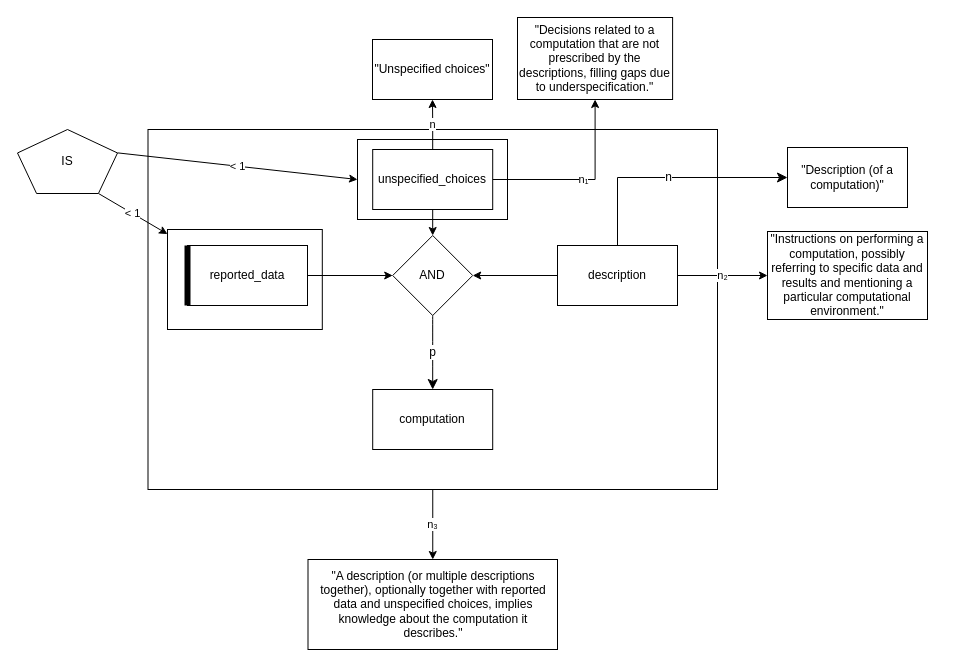
Earlier version of the draw.io diagram page "01-description-prediction" (2 of 12) of model-analysis-errors.drawio (nicebread/scientific_errors). Source tidied: cells renumbered, new cells numbered last; positions are measured from the earlier drawing's top-left corner, leaving out a move shared by most shapes. Both pictures are drawn from the tidied source at 100%, with x=0, y=0 at pixel (17, 17).
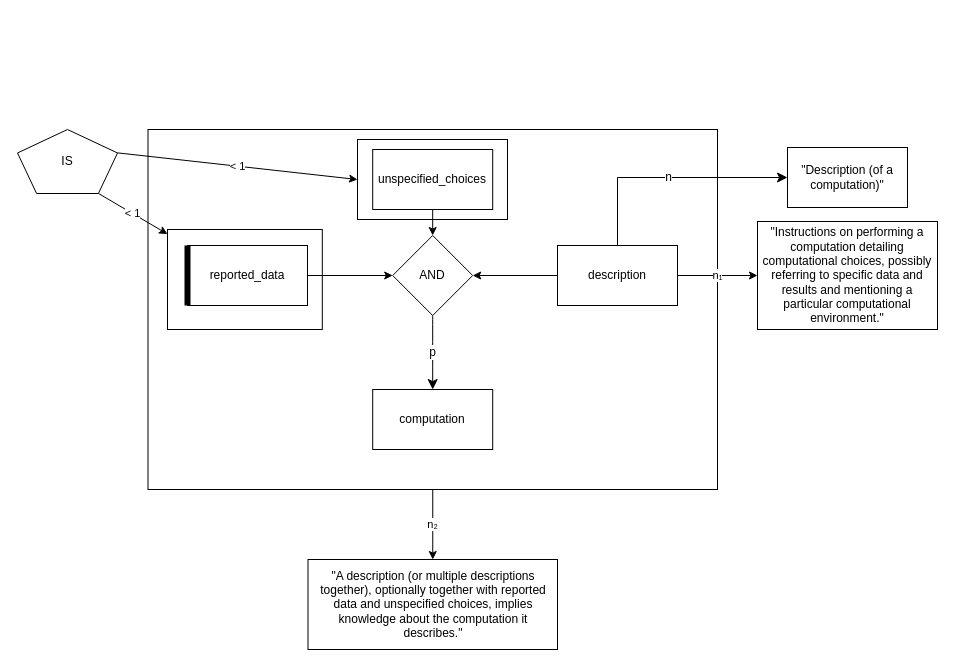
After the change.

Commit message (it also covers changes not shown here):
Remove consistency evaluation from reproduction (only keep the more general "comparison"). Also, add the conflicting choices in a new VAST display on computational choices.

Unchanged cells that the change refers to:
```xml
<mxCell id="3" style="rounded=0;whiteSpace=wrap;html=1;fillColor=none;" parent="1" vertex="1">
  <mxGeometry x="130.5" y="112" width="569.5" height="360" as="geometry" />
</mxCell>
<mxCell id="7" value="description" style="rounded=0;whiteSpace=wrap;html=1;" parent="1" vertex="1">
  <mxGeometry x="540" y="228" width="120" height="60" as="geometry" />
</mxCell>
<mxCell id="15" value="&quot;A description (or multiple descriptions together), optionally together with reported data and unspecified choices, implies knowledge about the computation it describes.&quot;" style="rounded=0;whiteSpace=wrap;html=1;" parent="1" vertex="1">
  <mxGeometry x="290.5" y="542" width="249.5" height="90" as="geometry" />
</mxCell>
<mxCell id="26" value="unspecified_choices" style="rounded=0;whiteSpace=wrap;html=1;" parent="1" vertex="1">
  <mxGeometry x="355.2" y="132" width="120" height="60" as="geometry" />
</mxCell>
```

What changed in the source:
```diff
@@
-    <mxCell id="2" value="n₃" style="edgeStyle=orthogonalEdgeStyle;rounded=0;jettySize=auto;html=1;" parent="1" edge="1" source="3" target="15">
+    <mxCell id="2" value="n₂" style="edgeStyle=orthogonalEdgeStyle;rounded=0;jettySize=auto;html=1;" parent="1" edge="1" source="3" target="15">
       <mxGeometry relative="1" as="geometry" />
     </mxCell>
@@
-    <mxCell id="6" value="n₂" style="edgeStyle=orthogonalEdgeStyle;curved=0;rounded=0;html=1;" parent="1" edge="1" source="7" target="21">
+    <mxCell id="6" value="n₁" style="edgeStyle=orthogonalEdgeStyle;curved=0;rounded=0;html=1;" parent="1" edge="1" source="7" target="21">
       <mxGeometry relative="1" as="geometry" />
     </mxCell>
@@
-    <mxCell id="21" value="&quot;Instructions on performing a computation, possibly referring to specific data and results and mentioning a particular computational environment.&quot;" style="rounded=0;whiteSpace=wrap;html=1;" parent="1" vertex="1">
-      <mxGeometry x="750" y="214" width="160" height="88" as="geometry" />
+    <mxCell id="21" value="&quot;Instructions on performing a computation detailing computational choices, possibly referring to specific data and results and mentioning a particular computational environment.&quot;" style="rounded=0;whiteSpace=wrap;html=1;" parent="1" vertex="1">
+      <mxGeometry x="740" y="204" width="180" height="108" as="geometry" />
     </mxCell>
@@
-    <mxCell id="24" value="n₁" style="edgeStyle=orthogonalEdgeStyle;curved=0;rounded=0;html=1;" parent="1" edge="1" source="26" target="28">
-      <mxGeometry relative="1" as="geometry" />
-    </mxCell>
-    <mxCell id="25" value="n" style="edgeStyle=orthogonalEdgeStyle;curved=0;rounded=0;html=1;" parent="1" edge="1" source="26" target="27">
-      <mxGeometry relative="1" as="geometry" />
-    </mxCell>
@@
-    <mxCell id="27" value="&quot;Unspecified choices&quot;" style="rounded=0;whiteSpace=wrap;html=1;" parent="1" vertex="1">
-      <mxGeometry x="355" y="22" width="120" height="60" as="geometry" />
-    </mxCell>
-    <mxCell id="28" value="&quot;Decisions related to a computation that are not prescribed by the descriptions, filling gaps due to underspecification.&quot;" style="rounded=0;whiteSpace=wrap;html=1;" parent="1" vertex="1">
-      <mxGeometry x="500" width="155.1" height="82" as="geometry" />
-    </mxCell>
```
